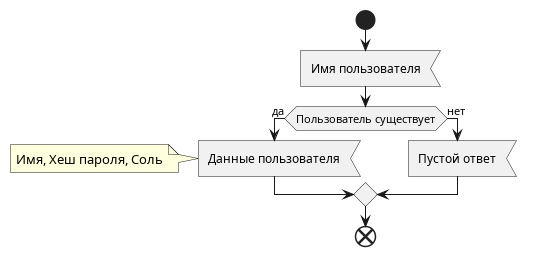
This is docs/diagrams/img/activity/User.Database/f_users_get_user.png from mrypdm/JobSystem, a PlantUML export, as it was before one commit.
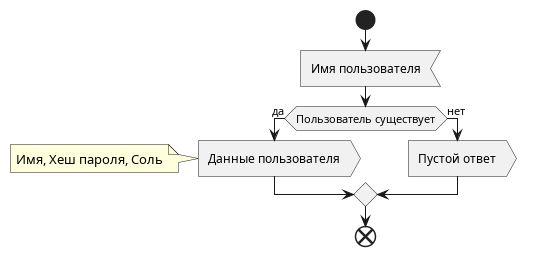
The same file after the commit.

Diff of the diagram source:
```diff
@@ -5,10 +5,10 @@
 :Имя пользователя<
 
 if (Пользователь существует) then (да)
-    :Данные пользователя<
+    :Данные пользователя>
         note left: Имя, Хеш пароля, Соль
 else (нет)
-    :Пустой ответ<
+    :Пустой ответ>
 endif
 
 end
```
